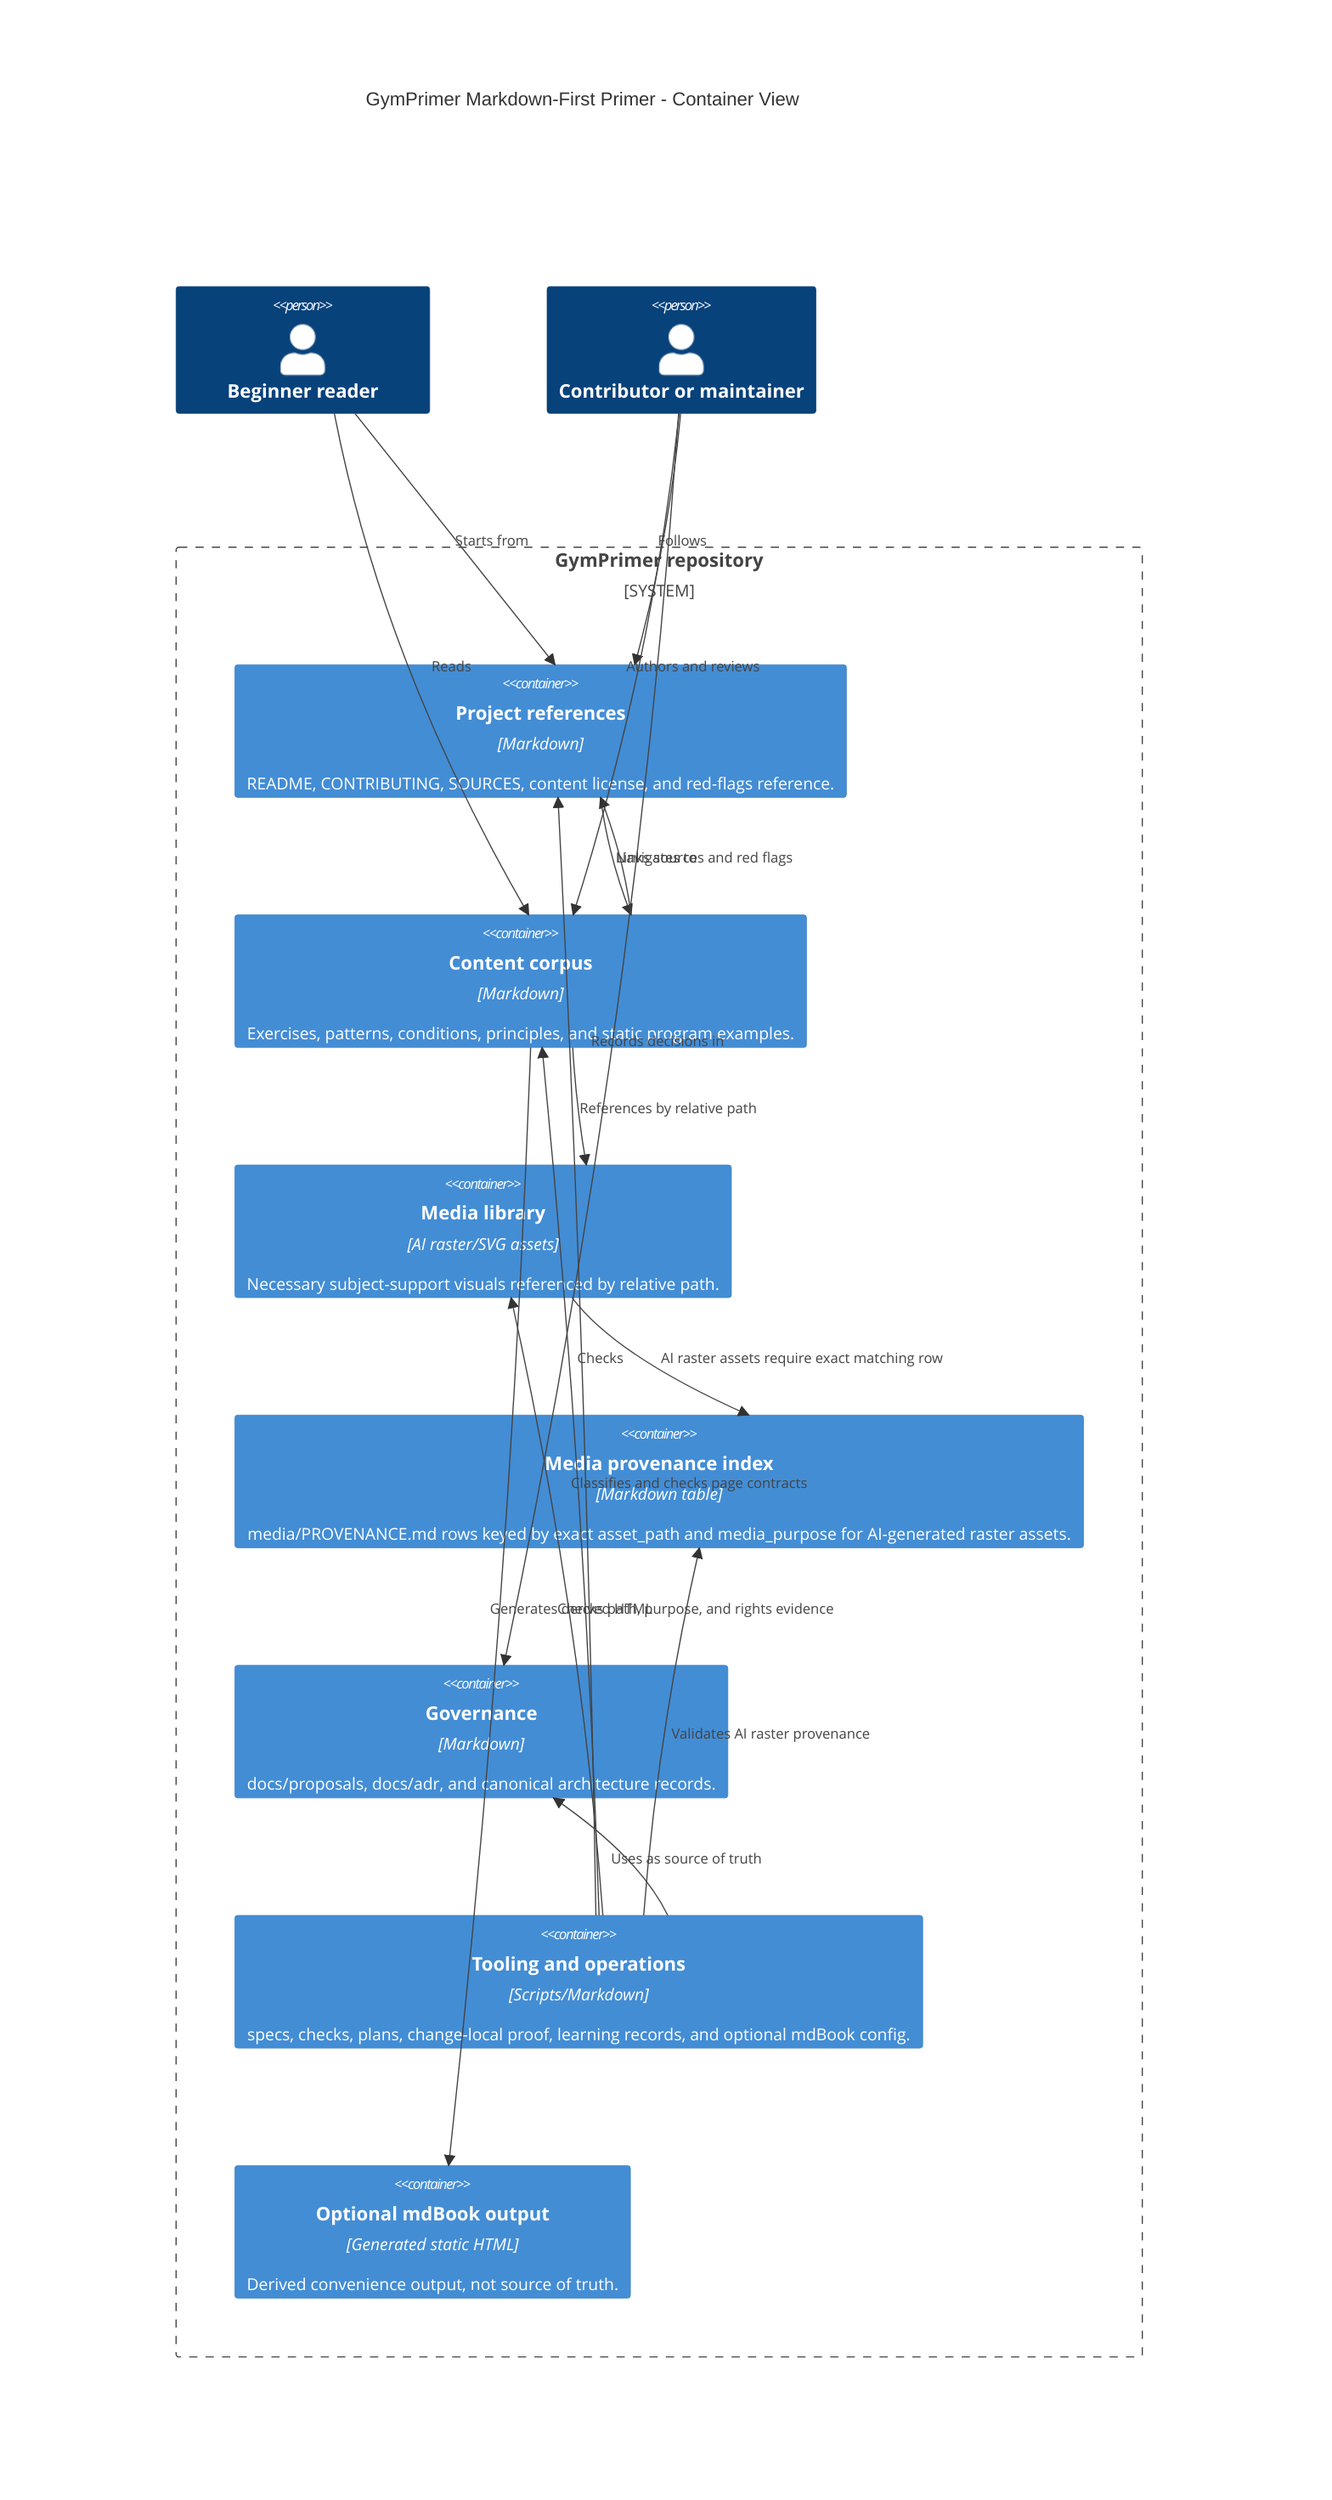
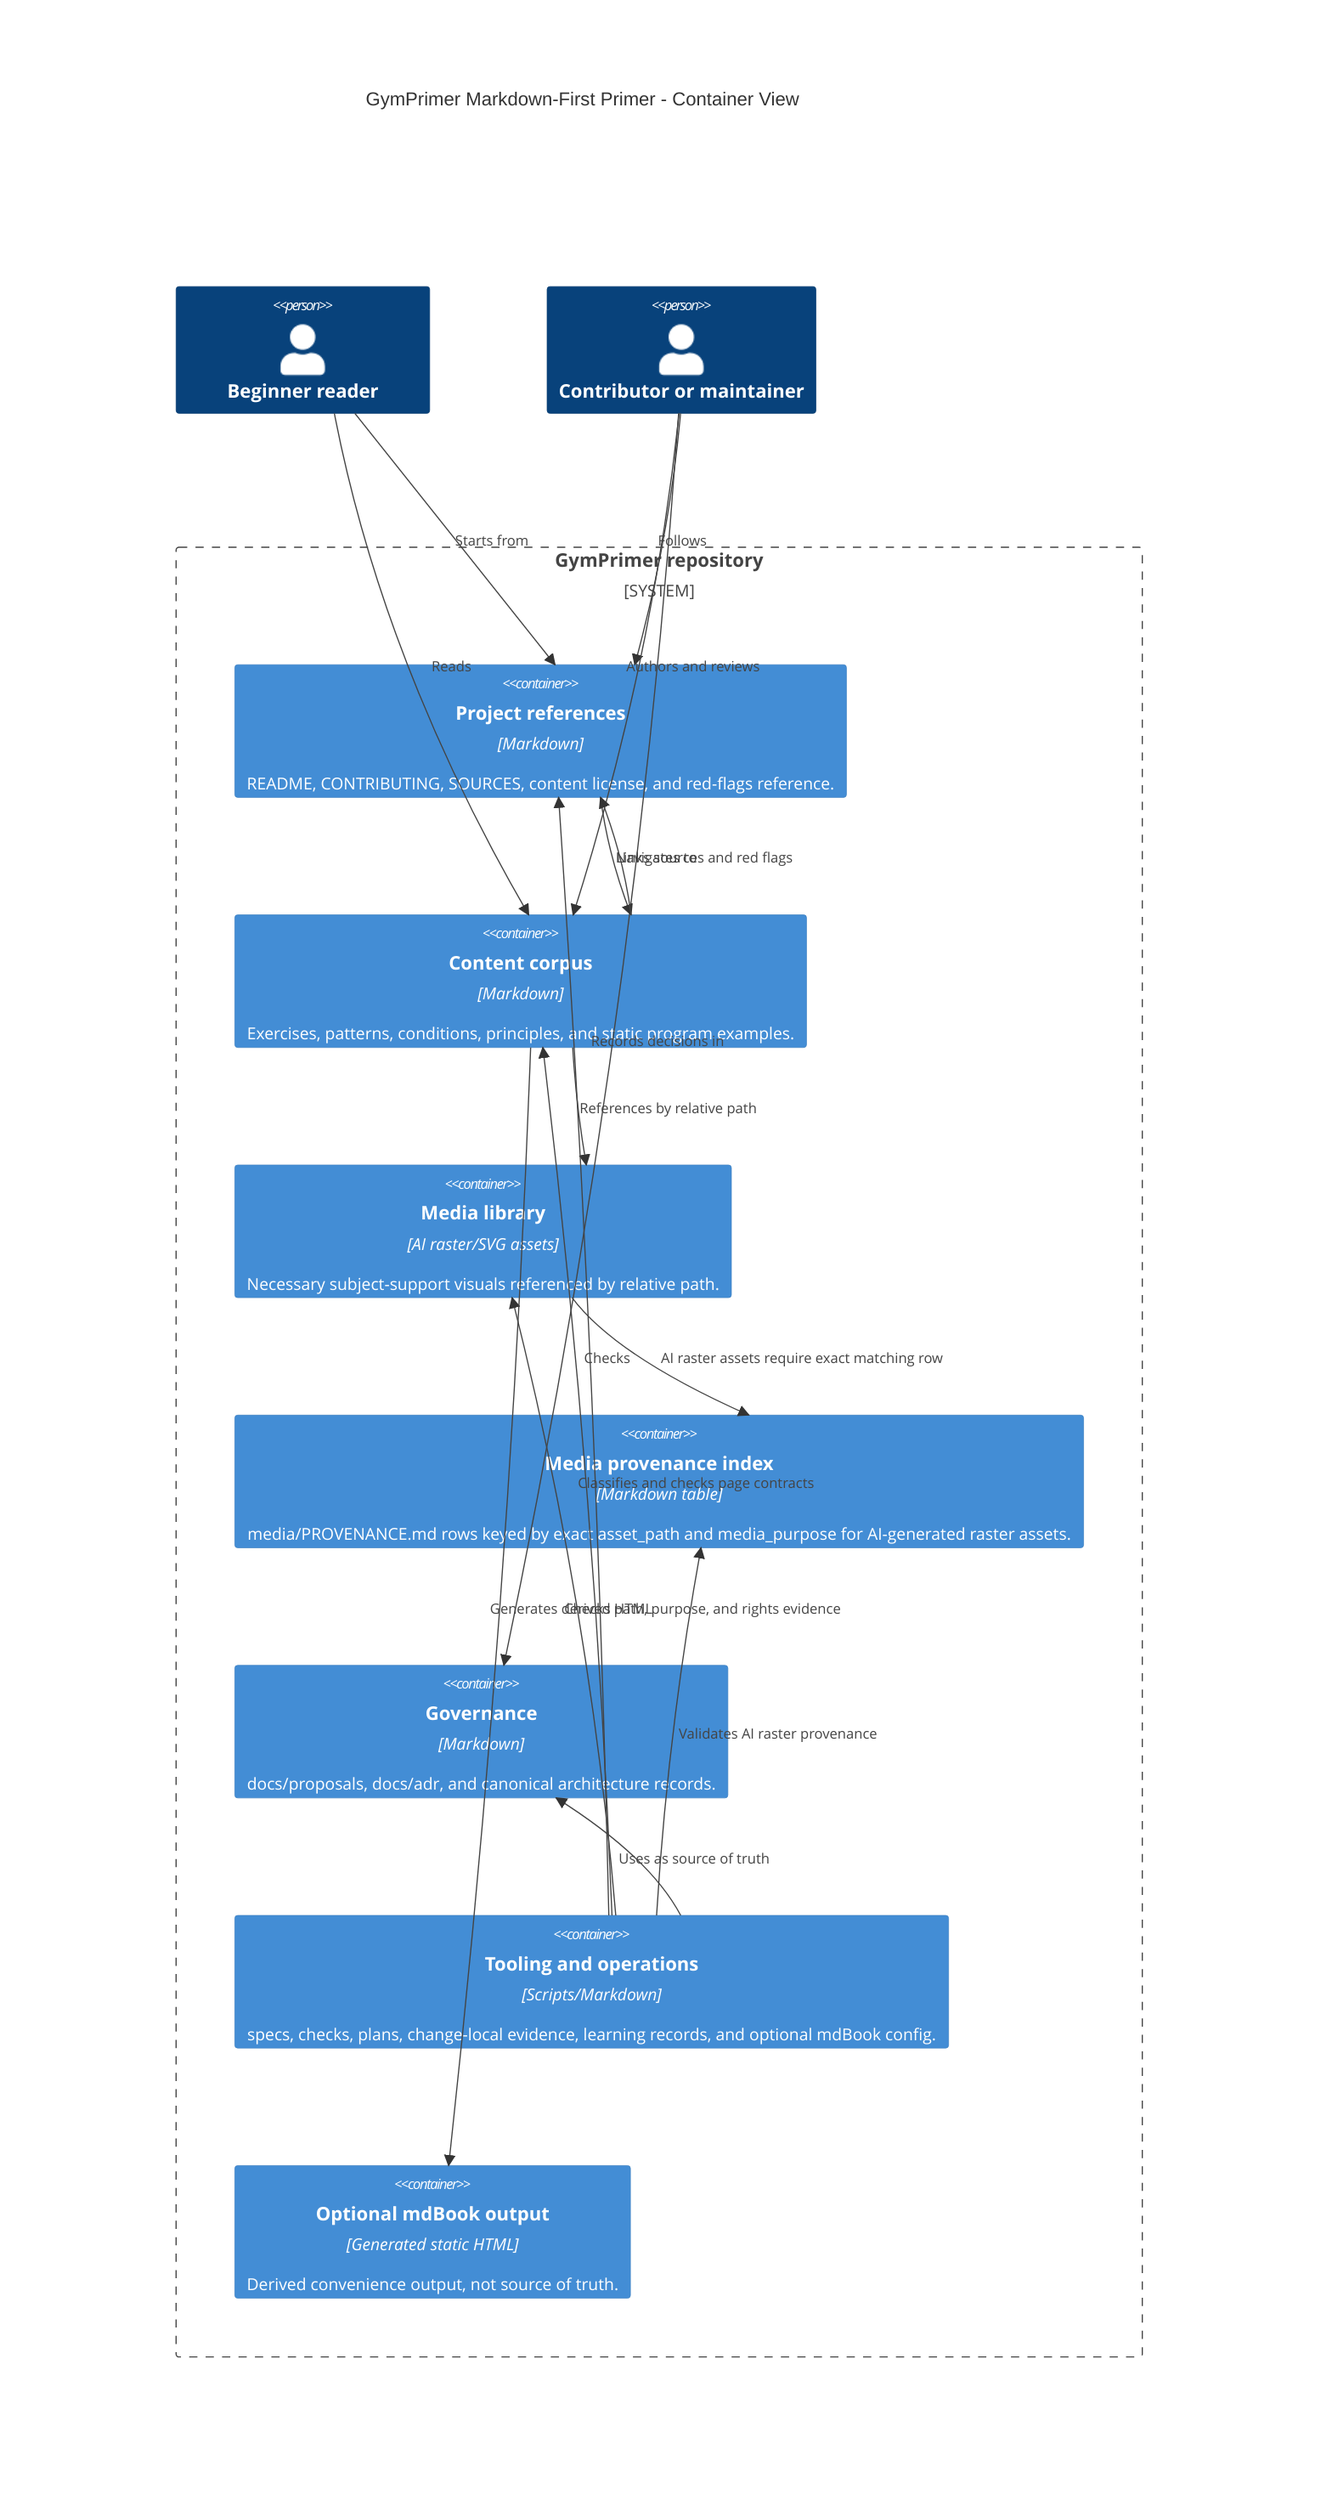
C4Container
  title GymPrimer Markdown-First Primer - Container View

  Person(beginner, "Beginner reader")
  Person(contributor, "Contributor or maintainer")

  System_Boundary(repo, "GymPrimer repository") {
    Container(refs, "Project references", "Markdown", "README, CONTRIBUTING, SOURCES, content license, and red-flags reference.")
    Container(content, "Content corpus", "Markdown", "Exercises, patterns, conditions, principles, and static program examples.")
    Container(media, "Media library", "AI raster/SVG assets", "Necessary subject-support visuals referenced by relative path.")
    Container(provenance, "Media provenance index", "Markdown table", "media/PROVENANCE.md rows keyed by exact asset_path and media_purpose for AI-generated raster assets.")
    Container(governance, "Governance", "Markdown", "docs/proposals, docs/adr, and canonical architecture records.")
-     Container(ops, "Tooling and operations", "Scripts/Markdown", "specs, checks, plans, change-local proof, learning records, and optional mdBook config.")
+     Container(ops, "Tooling and operations", "Scripts/Markdown", "specs, checks, plans, change-local evidence, learning records, and optional mdBook config.")
    Container(book, "Optional mdBook output", "Generated static HTML", "Derived convenience output, not source of truth.")
  }

  Rel(beginner, refs, "Starts from")
  Rel(beginner, content, "Reads")
  Rel(contributor, refs, "Follows")
  Rel(contributor, content, "Authors and reviews")
  Rel(contributor, governance, "Records decisions in")
  Rel(refs, content, "Navigates to")
  Rel(content, refs, "Links sources and red flags")
  Rel(content, media, "References by relative path")
  Rel(ops, provenance, "Validates AI raster provenance")
  Rel(ops, refs, "Checks")
  Rel(ops, content, "Classifies and checks page contracts")
  Rel(ops, governance, "Uses as source of truth")
  Rel(ops, media, "Checks path, purpose, and rights evidence")
  Rel(media, provenance, "AI raster assets require exact matching row")
  Rel(content, book, "Generates derived HTML")
